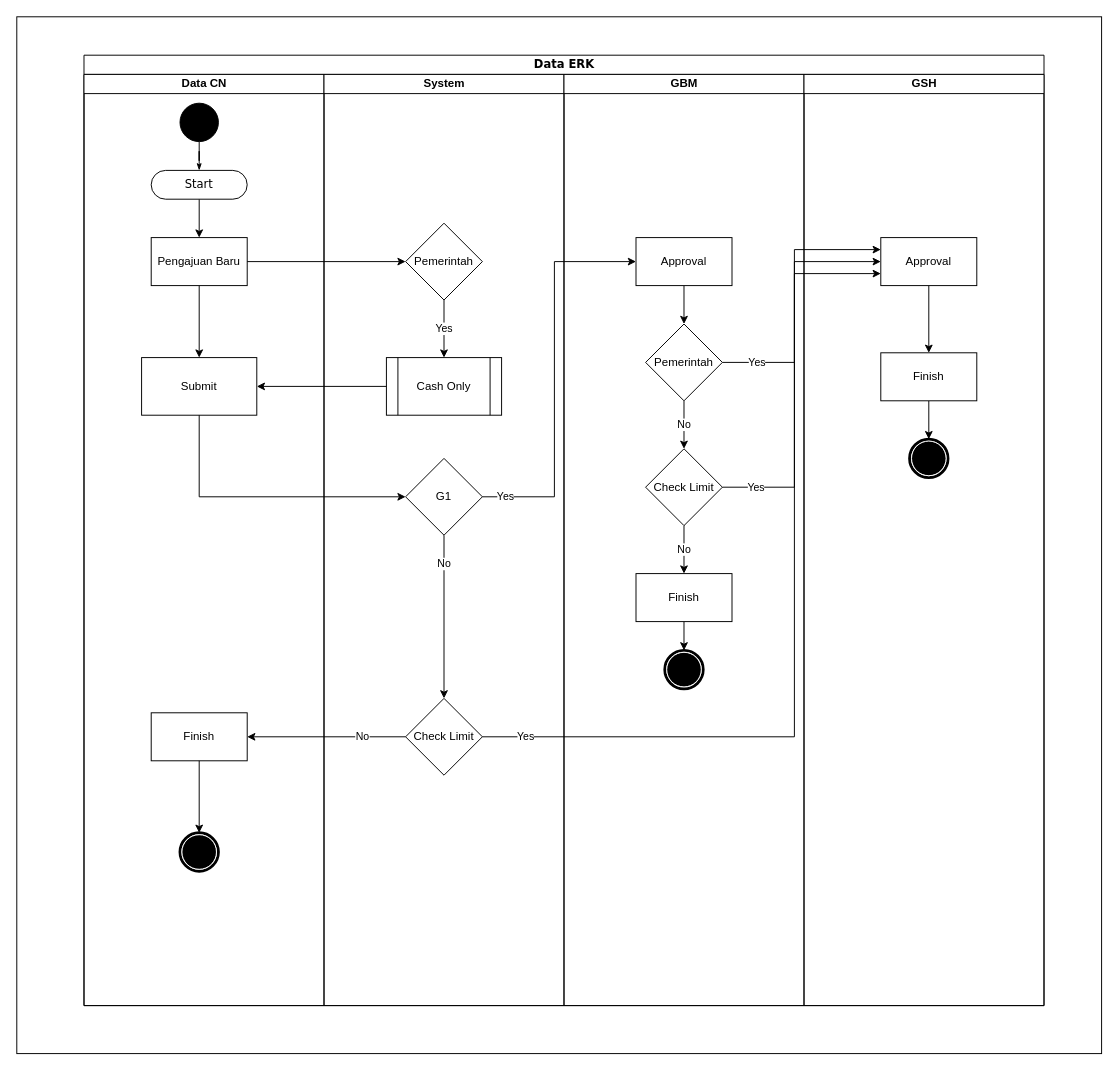
Above: page "BP-ERK" (3 of 4) of Sitemap-PieMeS.drawio in muhamadfarkhan/system-analyst (draw.io), before the change. Source tidied: cells renumbered, new cells numbered last; positions are measured from the earlier drawing's top-left corner, leaving out a move shared by most shapes. Both pictures are drawn from the tidied source at 96%, with x=0, y=0 at pixel (16, 16).
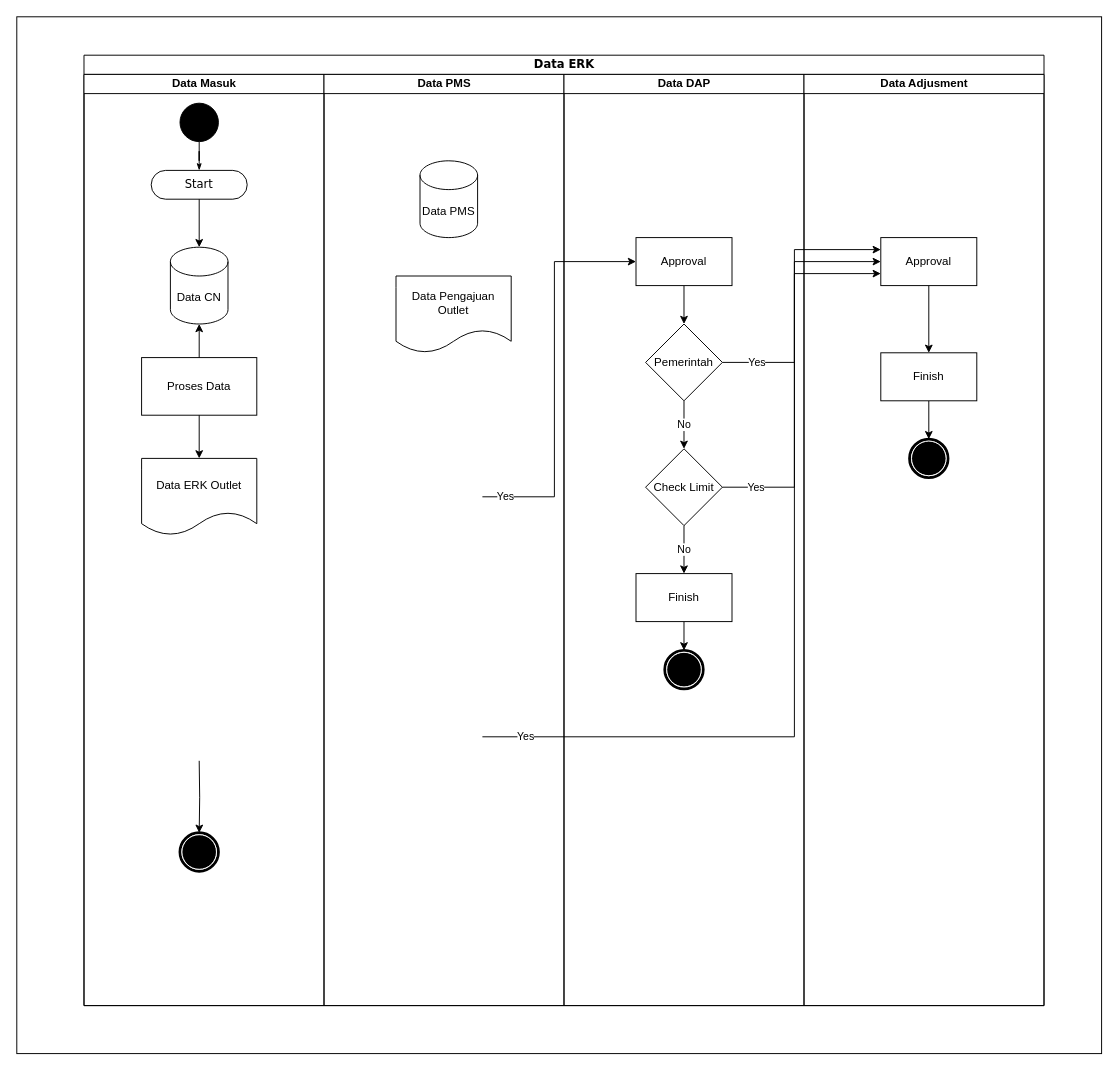
After the change.

The change refers to these unchanged cells:
```xml
<mxCell id="3" value="Data ERK" style="swimlane;html=1;startSize=20;rounded=0;shadow=0;comic=0;labelBackgroundColor=none;strokeWidth=1;fontFamily=Verdana;fontSize=12;align=center;" parent="1" vertex="1">
  <mxGeometry x="70" y="40" width="1000" height="990" as="geometry" />
</mxCell>
<mxCell id="7" value="Start" style="rounded=1;whiteSpace=wrap;html=1;shadow=0;comic=0;labelBackgroundColor=none;strokeWidth=1;fontFamily=Verdana;fontSize=12;align=center;arcSize=50;" parent="4" vertex="1">
  <mxGeometry x="70" y="100" width="100" height="30" as="geometry" />
</mxCell>
<mxCell id="13" style="shape=mxgraph.bpmn.shape;html=1;verticalLabelPosition=bottom;labelBackgroundColor=#ffffff;verticalAlign=top;perimeter=ellipsePerimeter;outline=end;symbol=terminate;rounded=0;shadow=0;comic=0;strokeWidth=1;fontFamily=Verdana;fontSize=12;align=center;" parent="4" vertex="1">
  <mxGeometry x="100" y="790" width="40" height="40" as="geometry" />
</mxCell>
<mxCell id="26" value="Approval" style="html=1;dashed=0;whiteSpace=wrap;" parent="24" vertex="1">
  <mxGeometry x="75" y="170" width="100" height="50" as="geometry" />
</mxCell>
<mxCell id="37" value="Approval" style="html=1;dashed=0;whiteSpace=wrap;" parent="34" vertex="1">
  <mxGeometry x="80" y="170" width="100" height="50" as="geometry" />
</mxCell>
```

Diff of the diagram source:
```diff
@@
-    <mxCell id="4" value="Data CN" style="swimlane;html=1;startSize=20;" parent="3" vertex="1">
+    <mxCell id="4" value="Data Masuk" style="swimlane;html=1;startSize=20;" parent="3" vertex="1">
       <mxGeometry y="20" width="250" height="970" as="geometry" />
     </mxCell>
@@
-    <mxCell id="6" style="edgeStyle=orthogonalEdgeStyle;rounded=0;jettySize=auto;html=1;exitX=0.5;exitY=1;exitDx=0;exitDy=0;" parent="4" edge="1" source="7" target="10">
-      <mxGeometry relative="1" as="geometry" />
-    </mxCell>
@@
-    <mxCell id="9" style="edgeStyle=orthogonalEdgeStyle;rounded=0;jettySize=auto;html=1;" parent="4" edge="1" source="10" target="11">
-      <mxGeometry relative="1" as="geometry" />
-    </mxCell>
-    <mxCell id="10" value="Pengajuan Baru" style="html=1;dashed=0;whiteSpace=wrap;" parent="4" vertex="1">
-      <mxGeometry x="70" y="170" width="100" height="50" as="geometry" />
-    </mxCell>
-    <mxCell id="11" value="Submit" style="whiteSpace=wrap;html=1;dashed=0;" parent="4" vertex="1">
+    <mxCell id="11" value="Proses Data" style="whiteSpace=wrap;html=1;dashed=0;" parent="4" vertex="1">
       <mxGeometry x="60" y="295" width="120" height="60" as="geometry" />
     </mxCell>
-    <mxCell id="12" value="Finish" style="html=1;dashed=0;whiteSpace=wrap;" parent="4" vertex="1">
-      <mxGeometry x="70" y="665" width="100" height="50" as="geometry" />
-    </mxCell>
@@
-    <mxCell id="14" style="edgeStyle=orthogonalEdgeStyle;rounded=0;jettySize=auto;html=1;exitX=0.5;exitY=1;exitDx=0;exitDy=0;entryX=0.5;entryY=0;entryDx=0;entryDy=0;" parent="4" edge="1" source="12" target="13">
-      <mxGeometry relative="1" as="geometry" />
+    <mxCell id="14" style="edgeStyle=orthogonalEdgeStyle;rounded=0;jettySize=auto;html=1;exitX=0.5;exitY=1;exitDx=0;exitDy=0;entryX=0.5;entryY=0;entryDx=0;entryDy=0;" parent="4" edge="1" target="13">
+      <mxGeometry relative="1" as="geometry">
+        <mxPoint x="120" y="715" as="sourcePoint" />
+      </mxGeometry>
     </mxCell>
-    <mxCell id="15" value="System" style="swimlane;html=1;startSize=20;" parent="3" vertex="1">
+    <mxCell id="15" value="Data PMS" style="swimlane;html=1;startSize=20;" parent="3" vertex="1">
       <mxGeometry x="250" y="20" width="250" height="970" as="geometry" />
     </mxCell>
-    <mxCell id="16" value="Yes" style="edgeStyle=orthogonalEdgeStyle;rounded=0;jettySize=auto;html=1;exitX=0.5;exitY=1;exitDx=0;exitDy=0;entryX=0.5;entryY=0;entryDx=0;entryDy=0;" parent="15" edge="1" source="17" target="21">
-      <mxGeometry relative="1" as="geometry" />
-    </mxCell>
-    <mxCell id="17" value="Pemerintah" style="rhombus;whiteSpace=wrap;html=1;" parent="15" vertex="1">
-      <mxGeometry x="85" y="155" width="80" height="80" as="geometry" />
-    </mxCell>
-    <mxCell id="18" value="No" style="edgeStyle=orthogonalEdgeStyle;rounded=0;jettySize=auto;html=1;exitX=0.5;exitY=1;exitDx=0;exitDy=0;entryX=0.5;entryY=0;entryDx=0;entryDy=0;" parent="15" edge="1" source="19" target="20">
-      <mxGeometry x="-0.65" relative="1" as="geometry" />
-    </mxCell>
-    <mxCell id="19" value="G1" style="rhombus;whiteSpace=wrap;html=1;" parent="15" vertex="1">
-      <mxGeometry x="85" y="400" width="80" height="80" as="geometry" />
-    </mxCell>
-    <mxCell id="20" value="Check Limit" style="rhombus;whiteSpace=wrap;html=1;" parent="15" vertex="1">
-      <mxGeometry x="85" y="650" width="80" height="80" as="geometry" />
-    </mxCell>
-    <mxCell id="21" value="Cash Only" style="shape=process;whiteSpace=wrap;html=1;backgroundOutline=1;" parent="15" vertex="1">
-      <mxGeometry x="65" y="295" width="120" height="60" as="geometry" />
-    </mxCell>
+    <mxCell id="46" value="Data Pengajuan Outlet" style="shape=document;whiteSpace=wrap;html=1;boundedLbl=1;" parent="15" vertex="1">
+      <mxGeometry x="75" y="210" width="120" height="80" as="geometry" />
+    </mxCell>
@@
-    <mxCell id="23" value="Yes" style="edgeStyle=orthogonalEdgeStyle;rounded=0;jettySize=auto;html=1;exitX=1;exitY=0.5;exitDx=0;exitDy=0;entryX=0;entryY=0.5;entryDx=0;entryDy=0;" parent="3" edge="1" source="19" target="26">
+    <mxCell id="23" value="Yes" style="edgeStyle=orthogonalEdgeStyle;rounded=0;jettySize=auto;html=1;exitX=1;exitY=0.5;exitDx=0;exitDy=0;entryX=0;entryY=0.5;entryDx=0;entryDy=0;" parent="3" edge="1" target="26">
       <mxGeometry x="-0.88" relative="1" as="geometry">
+        <mxPoint x="415" y="460" as="sourcePoint" />
         <Array as="points">
           <mxPoint x="490" y="460" />
           <mxPoint x="490" y="215" />
         </Array>
       </mxGeometry>
     </mxCell>
-    <mxCell id="24" value="GBM" style="swimlane;html=1;startSize=20;" parent="3" vertex="1">
+    <mxCell id="24" value="Data DAP" style="swimlane;html=1;startSize=20;" parent="3" vertex="1">
       <mxGeometry x="500" y="20" width="250" height="970" as="geometry" />
     </mxCell>
@@
-    <mxCell id="34" value="GSH" style="swimlane;html=1;startSize=20;" parent="3" vertex="1">
+    <mxCell id="34" value="Data Adjusment" style="swimlane;html=1;startSize=20;" parent="3" vertex="1">
       <mxGeometry x="750" y="20" width="250" height="970" as="geometry" />
     </mxCell>
@@
-    <mxCell id="40" value="Yes" style="edgeStyle=orthogonalEdgeStyle;rounded=0;jettySize=auto;html=1;exitX=1;exitY=0.5;exitDx=0;exitDy=0;entryX=0;entryY=0.75;entryDx=0;entryDy=0;" parent="3" edge="1" source="20" target="37">
+    <mxCell id="40" value="Yes" style="edgeStyle=orthogonalEdgeStyle;rounded=0;jettySize=auto;html=1;exitX=1;exitY=0.5;exitDx=0;exitDy=0;entryX=0;entryY=0.75;entryDx=0;entryDy=0;" parent="3" edge="1" target="37">
       <mxGeometry x="-0.9" relative="1" as="geometry">
+        <mxPoint x="415" y="710" as="sourcePoint" />
         <Array as="points">
           <mxPoint x="740" y="710" />
           <mxPoint x="740" y="228" />
         </Array>
       </mxGeometry>
     </mxCell>
-    <mxCell id="41" style="edgeStyle=orthogonalEdgeStyle;rounded=0;jettySize=auto;html=1;exitX=1;exitY=0.5;exitDx=0;exitDy=0;entryX=0;entryY=0.5;entryDx=0;entryDy=0;" parent="3" edge="1" source="10" target="17">
-      <mxGeometry relative="1" as="geometry" />
-    </mxCell>
-    <mxCell id="42" style="edgeStyle=orthogonalEdgeStyle;rounded=0;jettySize=auto;html=1;exitX=0.5;exitY=1;exitDx=0;exitDy=0;entryX=0;entryY=0.5;entryDx=0;entryDy=0;" parent="3" edge="1" source="11" target="19">
-      <mxGeometry relative="1" as="geometry" />
-    </mxCell>
-    <mxCell id="43" style="edgeStyle=orthogonalEdgeStyle;rounded=0;jettySize=auto;html=1;exitX=0;exitY=0.5;exitDx=0;exitDy=0;entryX=1;entryY=0.5;entryDx=0;entryDy=0;" parent="3" edge="1" source="21" target="11">
-      <mxGeometry relative="1" as="geometry" />
-    </mxCell>
@@
-    <mxCell id="45" value="No" style="edgeStyle=orthogonalEdgeStyle;rounded=0;jettySize=auto;html=1;exitX=0;exitY=0.5;exitDx=0;exitDy=0;" parent="3" edge="1" source="20" target="12">
-      <mxGeometry x="-0.45" relative="1" as="geometry" />
-    </mxCell>
+    <mxCell id="47" value="Data CN" style="shape=cylinder3;whiteSpace=wrap;html=1;boundedLbl=1;backgroundOutline=1;size=15;" parent="1" vertex="1">
+      <mxGeometry x="160" y="240" width="60" height="80" as="geometry" />
+    </mxCell>
+    <mxCell id="48" style="edgeStyle=orthogonalEdgeStyle;rounded=0;jettySize=auto;html=1;exitX=0.5;exitY=1;exitDx=0;exitDy=0;" parent="1" edge="1" source="7" target="47">
+      <mxGeometry relative="1" as="geometry" />
+    </mxCell>
+    <mxCell id="49" style="edgeStyle=orthogonalEdgeStyle;rounded=0;jettySize=auto;html=1;exitX=0.5;exitY=0;exitDx=0;exitDy=0;entryX=0.5;entryY=1;entryDx=0;entryDy=0;entryPerimeter=0;" parent="1" edge="1" source="11" target="47">
+      <mxGeometry relative="1" as="geometry" />
+    </mxCell>
+    <mxCell id="50" value="Data ERK Outlet" style="shape=document;whiteSpace=wrap;html=1;boundedLbl=1;" parent="1" vertex="1">
+      <mxGeometry x="130" y="460" width="120" height="80" as="geometry" />
+    </mxCell>
+    <mxCell id="51" style="edgeStyle=orthogonalEdgeStyle;rounded=0;jettySize=auto;html=1;exitX=0.5;exitY=1;exitDx=0;exitDy=0;entryX=0.5;entryY=0;entryDx=0;entryDy=0;" parent="1" edge="1" source="11" target="50">
+      <mxGeometry relative="1" as="geometry" />
+    </mxCell>
+    <mxCell id="52" value="Data PMS" style="shape=cylinder3;whiteSpace=wrap;html=1;boundedLbl=1;backgroundOutline=1;size=15;" parent="1" vertex="1">
+      <mxGeometry x="420" y="150" width="60" height="80" as="geometry" />
+    </mxCell>
```
